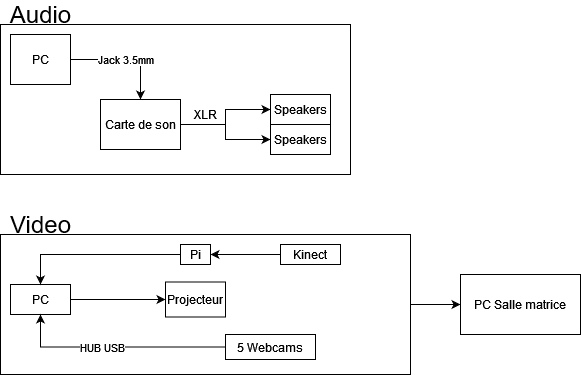
Blobduckies/Chronaufrage keeps this draw.io diagram as docs/preproduction/medias/Schema_branchement.png. Above is the earlier version. Source tidied: cells renumbered, new cells last; positions are measured from the earlier drawing's top-left corner, leaving out a move shared by most shapes.
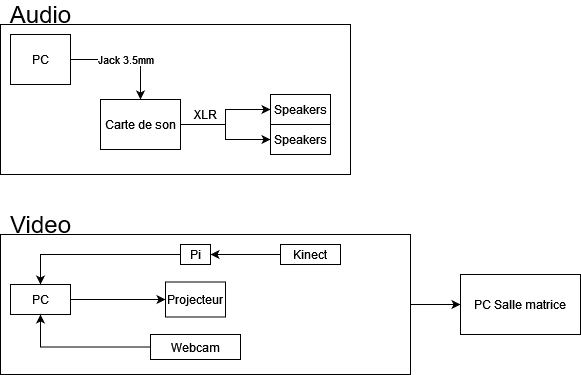
The same diagram one commit later.

The edit, as a diff of the source:
```diff
@@ -47,11 +47,8 @@
     <mxCell id="16" style="edgeStyle=orthogonalEdgeStyle;rounded=0;jettySize=auto;html=1;exitX=0;exitY=0.5;exitDx=0;exitDy=0;entryX=0.5;entryY=1;entryDx=0;entryDy=0;" parent="1" edge="1" source="18" target="12">
       <mxGeometry relative="1" as="geometry" />
     </mxCell>
-    <mxCell id="17" value="HUB USB" style="edgeLabel;html=1;align=center;verticalAlign=middle;" parent="16" vertex="1">
-      <mxGeometry x="0.14" relative="1" as="geometry" />
-    </mxCell>
-    <mxCell id="18" value="5 Webcams" style="rounded=0;whiteSpace=wrap;html=1;" parent="1" vertex="1">
-      <mxGeometry x="225" y="330" width="90" height="25" as="geometry" />
+    <mxCell id="18" value="Webcam" style="rounded=0;whiteSpace=wrap;html=1;" parent="1" vertex="1">
+      <mxGeometry x="150" y="330" width="90" height="25" as="geometry" />
     </mxCell>
     <mxCell id="19" value="&lt;div&gt;Projecteur&lt;/div&gt;" style="rounded=0;whiteSpace=wrap;html=1;" parent="1" vertex="1">
       <mxGeometry x="165" y="277.5" width="60" height="35" as="geometry" />
```
